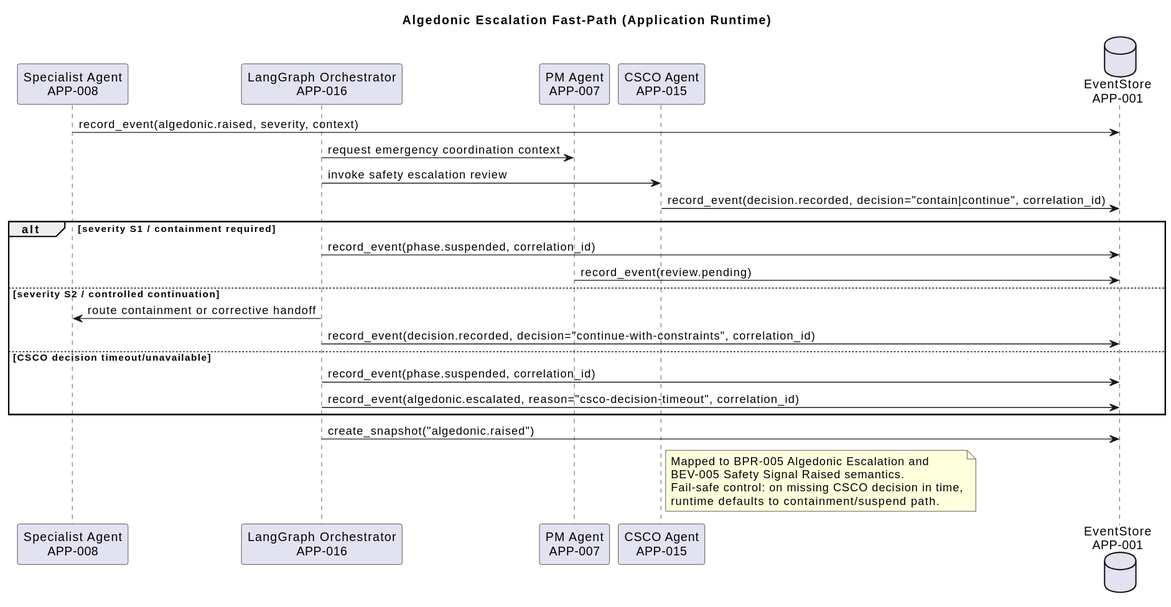
mbauer83/sdlc-multi-agent-system keeps this PlantUML diagram as engagements/ENG-001/work-repositories/architecture-repository/diagram-catalog/rendered/runtime-sequence-algedonic-escalation-fastpath-v1.svg. Above is the earlier version.
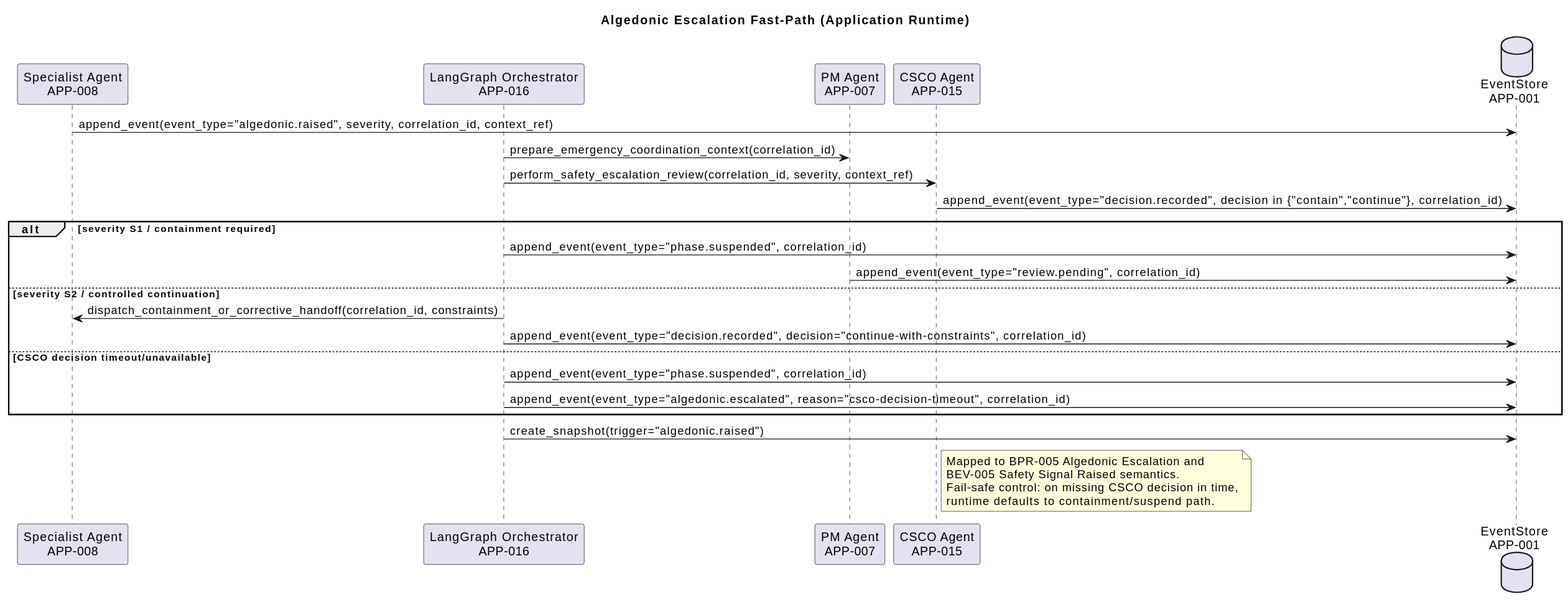
Later version of the same file.

The edit, as a diff of the source:
```diff
@@ -7,23 +7,23 @@
 participant "CSCO Agent\nAPP-015" as APP_015
 database "EventStore\nAPP-001" as APP_001
 
-APP_008 -> APP_001: record_event(algedonic.raised, severity, context)
-APP_016 -> APP_007: request emergency coordination context
-APP_016 -> APP_015: invoke safety escalation review
-APP_015 -> APP_001: record_event(decision.recorded, decision="contain|continue", correlation_id)
+APP_008 -> APP_001: append_event(event_type="algedonic.raised", severity, correlation_id, context_ref)
+APP_016 -> APP_007: prepare_emergency_coordination_context(correlation_id)
+APP_016 -> APP_015: perform_safety_escalation_review(correlation_id, severity, context_ref)
+APP_015 -> APP_001: append_event(event_type="decision.recorded", decision in {"contain","continue"}, correlation_id)
 
 alt severity S1 / containment required
-  APP_016 -> APP_001: record_event(phase.suspended, correlation_id)
-  APP_007 -> APP_001: record_event(review.pending)
+  APP_016 -> APP_001: append_event(event_type="phase.suspended", correlation_id)
+  APP_007 -> APP_001: append_event(event_type="review.pending", correlation_id)
 else severity S2 / controlled continuation
-  APP_016 -> APP_008: route containment or corrective handoff
-  APP_016 -> APP_001: record_event(decision.recorded, decision="continue-with-constraints", correlation_id)
+  APP_016 -> APP_008: dispatch_containment_or_corrective_handoff(correlation_id, constraints)
+  APP_016 -> APP_001: append_event(event_type="decision.recorded", decision="continue-with-constraints", correlation_id)
 else CSCO decision timeout/unavailable
-  APP_016 -> APP_001: record_event(phase.suspended, correlation_id)
-  APP_016 -> APP_001: record_event(algedonic.escalated, reason="csco-decision-timeout", correlation_id)
+  APP_016 -> APP_001: append_event(event_type="phase.suspended", correlation_id)
+  APP_016 -> APP_001: append_event(event_type="algedonic.escalated", reason="csco-decision-timeout", correlation_id)
 end
 
-APP_016 -> APP_001: create_snapshot("algedonic.raised")
+APP_016 -> APP_001: create_snapshot(trigger="algedonic.raised")
 
 note right of APP_015
 Mapped to BPR-005 Algedonic Escalation and
```
